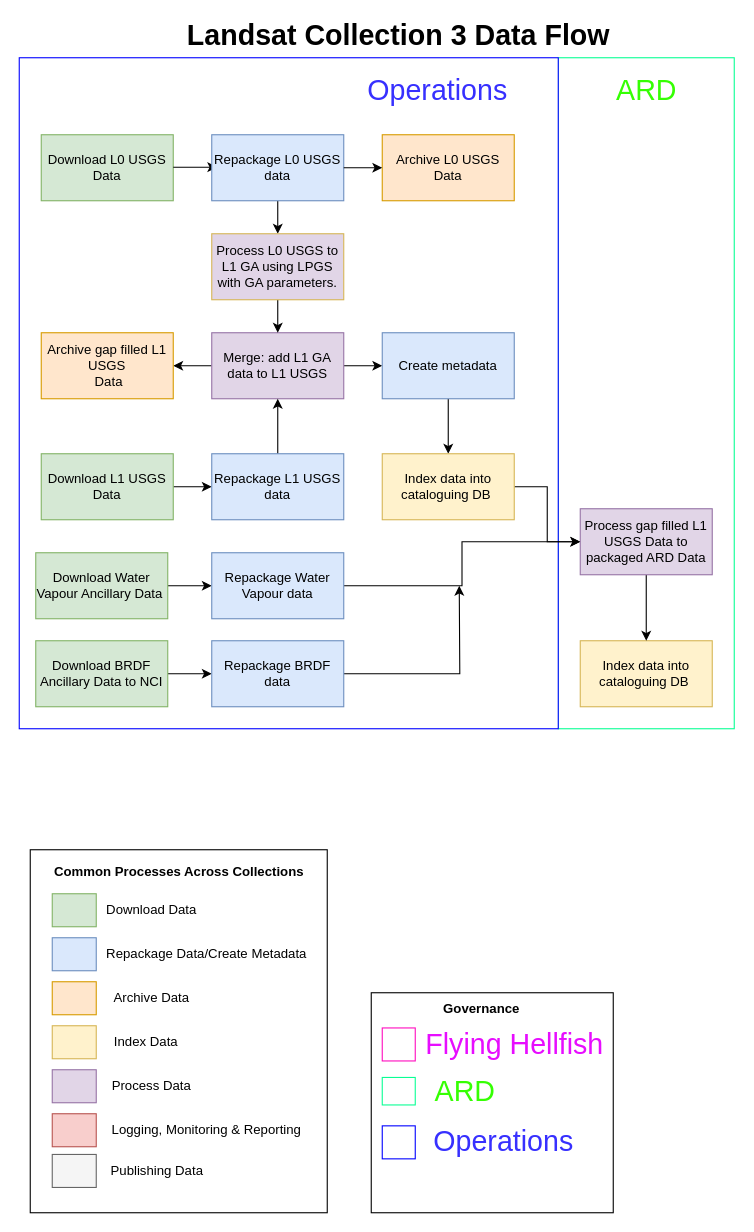
Earlier version of the draw.io diagram collection3/c3dataflow.drawio (dunkgray/dea-document-images). Source tidied: cells renumbered, new cells numbered last; positions are measured from the earlier drawing's top-left corner, leaving out a move shared by most shapes. Both pictures are drawn from the tidied source at 110%, with x=0, y=0 at pixel (19, 24).
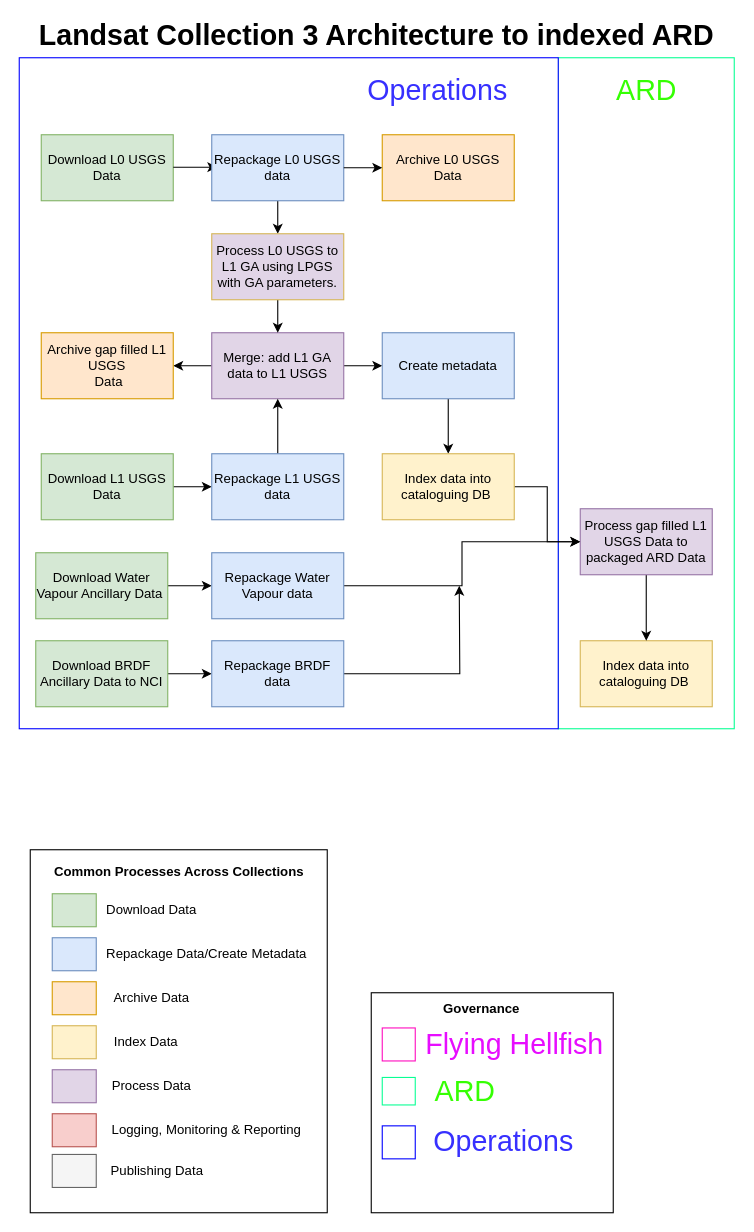
The same diagram, later.

Diff of the diagram source:
```diff
@@
-    <mxCell id="4" value="Landsat Collection 3 Data Flow" style="text;html=1;strokeColor=none;fillColor=none;align=center;verticalAlign=middle;whiteSpace=wrap;rounded=0;fontStyle=1;fontSize=26;" parent="1" vertex="1">
-      <mxGeometry x="80" width="530" height="20" as="geometry" />
+    <mxCell id="4" value="Landsat Collection 3 Architecture to indexed ARD" style="text;html=1;strokeColor=none;fillColor=none;align=center;verticalAlign=middle;whiteSpace=wrap;rounded=0;fontStyle=1;fontSize=26;" parent="1" vertex="1">
+      <mxGeometry width="650" height="20" as="geometry" />
     </mxCell>
```
